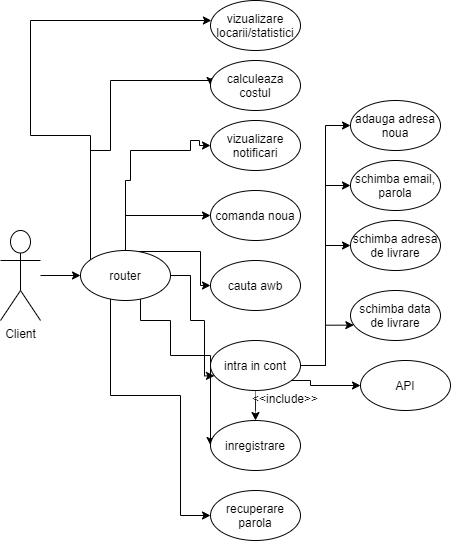
Before: Documentatie/Scholarly-html-PSS-report/ClientUseCaseDiagram_3.png, a diagram exported from draw.io (davidviziteu/parcel-shipping-simulator). Source tidied: cells renumbered, new cells last; positions are measured from the earlier drawing's top-left corner, leaving out a move shared by most shapes. Source of this version:
```xml
<mxGraphModel>
  <root>
    <mxCell id="0" />
    <mxCell id="1" parent="0" />
    <mxCell id="2" style="edgeStyle=orthogonalEdgeStyle;rounded=0;jettySize=auto;html=1;" parent="1" edge="1" source="3" target="12">
      <mxGeometry relative="1" as="geometry" />
    </mxCell>
    <mxCell id="3" value="Client" style="shape=umlActor;verticalLabelPosition=bottom;verticalAlign=top;html=1;outlineConnect=0;" parent="1" vertex="1">
      <mxGeometry y="230" width="40" height="90" as="geometry" />
    </mxCell>
    <mxCell id="4" style="edgeStyle=orthogonalEdgeStyle;rounded=0;jettySize=auto;html=1;entryX=0;entryY=0.5;entryDx=0;entryDy=0;" parent="1" edge="1" source="12" target="13">
      <mxGeometry relative="1" as="geometry">
        <Array as="points">
          <mxPoint x="200" y="251" />
        </Array>
      </mxGeometry>
    </mxCell>
    <mxCell id="5" style="edgeStyle=orthogonalEdgeStyle;rounded=0;jettySize=auto;html=1;entryX=0.044;entryY=0.707;entryDx=0;entryDy=0;entryPerimeter=0;" parent="1" edge="1" source="12" target="20">
      <mxGeometry relative="1" as="geometry">
        <Array as="points">
          <mxPoint x="190" y="275" />
          <mxPoint x="190" y="320" />
          <mxPoint x="204" y="320" />
        </Array>
      </mxGeometry>
    </mxCell>
    <mxCell id="6" style="edgeStyle=orthogonalEdgeStyle;rounded=0;jettySize=auto;html=1;entryX=0;entryY=0.5;entryDx=0;entryDy=0;" parent="1" edge="1" source="12" target="21">
      <mxGeometry relative="1" as="geometry">
        <Array as="points">
          <mxPoint x="140" y="320" />
          <mxPoint x="170" y="320" />
          <mxPoint x="170" y="355" />
        </Array>
      </mxGeometry>
    </mxCell>
    <mxCell id="7" style="edgeStyle=orthogonalEdgeStyle;rounded=0;jettySize=auto;html=1;entryX=0;entryY=0.5;entryDx=0;entryDy=0;" parent="1" edge="1" source="12" target="23">
      <mxGeometry relative="1" as="geometry">
        <Array as="points">
          <mxPoint x="125" y="215" />
        </Array>
      </mxGeometry>
    </mxCell>
    <mxCell id="8" style="edgeStyle=orthogonalEdgeStyle;rounded=0;jettySize=auto;html=1;entryX=0;entryY=0.5;entryDx=0;entryDy=0;" parent="1" edge="1" source="12" target="25">
      <mxGeometry relative="1" as="geometry">
        <Array as="points">
          <mxPoint x="90" y="150" />
          <mxPoint x="110" y="150" />
          <mxPoint x="110" y="80" />
          <mxPoint x="210" y="80" />
        </Array>
      </mxGeometry>
    </mxCell>
    <mxCell id="9" style="edgeStyle=orthogonalEdgeStyle;rounded=0;jettySize=auto;html=1;" parent="1" edge="1" source="12" target="31">
      <mxGeometry relative="1" as="geometry">
        <Array as="points">
          <mxPoint x="90" y="135" />
          <mxPoint x="30" y="135" />
          <mxPoint x="30" y="20" />
        </Array>
      </mxGeometry>
    </mxCell>
    <mxCell id="10" style="edgeStyle=orthogonalEdgeStyle;rounded=0;jettySize=auto;html=1;entryX=0;entryY=0.5;entryDx=0;entryDy=0;" parent="1" edge="1" source="12" target="24">
      <mxGeometry relative="1" as="geometry">
        <Array as="points">
          <mxPoint x="125" y="180" />
          <mxPoint x="130" y="180" />
          <mxPoint x="130" y="150" />
          <mxPoint x="190" y="150" />
          <mxPoint x="190" y="140" />
          <mxPoint x="199" y="140" />
          <mxPoint x="199" y="145" />
        </Array>
      </mxGeometry>
    </mxCell>
    <mxCell id="11" style="edgeStyle=orthogonalEdgeStyle;rounded=0;jettySize=auto;html=1;entryX=0;entryY=0.5;entryDx=0;entryDy=0;" parent="1" edge="1" source="12" target="32">
      <mxGeometry relative="1" as="geometry">
        <Array as="points">
          <mxPoint x="110" y="395" />
          <mxPoint x="180" y="395" />
          <mxPoint x="180" y="515" />
        </Array>
      </mxGeometry>
    </mxCell>
    <mxCell id="12" value="router" style="ellipse;whiteSpace=wrap;html=1;" parent="1" vertex="1">
      <mxGeometry x="80" y="250" width="90" height="50" as="geometry" />
    </mxCell>
    <mxCell id="13" value="cauta awb" style="ellipse;whiteSpace=wrap;html=1;" parent="1" vertex="1">
      <mxGeometry x="210" y="260" width="90" height="50" as="geometry" />
    </mxCell>
    <mxCell id="14" style="edgeStyle=orthogonalEdgeStyle;rounded=0;jettySize=auto;html=1;entryX=0.5;entryY=0;entryDx=0;entryDy=0;dashed=1;dashPattern=1 1;" parent="1" edge="1" source="20" target="21">
      <mxGeometry relative="1" as="geometry" />
    </mxCell>
    <mxCell id="15" style="edgeStyle=orthogonalEdgeStyle;rounded=0;jettySize=auto;html=1;entryX=0;entryY=0.5;entryDx=0;entryDy=0;" parent="1" edge="1" source="20" target="26">
      <mxGeometry relative="1" as="geometry" />
    </mxCell>
    <mxCell id="16" style="edgeStyle=orthogonalEdgeStyle;rounded=0;jettySize=auto;html=1;entryX=0.037;entryY=0.693;entryDx=0;entryDy=0;entryPerimeter=0;" parent="1" edge="1" source="20" target="27">
      <mxGeometry relative="1" as="geometry" />
    </mxCell>
    <mxCell id="17" style="edgeStyle=orthogonalEdgeStyle;rounded=0;jettySize=auto;html=1;entryX=0;entryY=0.5;entryDx=0;entryDy=0;" parent="1" edge="1" source="20" target="28">
      <mxGeometry relative="1" as="geometry" />
    </mxCell>
    <mxCell id="18" style="edgeStyle=orthogonalEdgeStyle;rounded=0;jettySize=auto;html=1;entryX=0;entryY=0.5;entryDx=0;entryDy=0;" parent="1" edge="1" source="20" target="29">
      <mxGeometry relative="1" as="geometry" />
    </mxCell>
    <mxCell id="19" style="edgeStyle=orthogonalEdgeStyle;rounded=0;jettySize=auto;html=1;entryX=0;entryY=0.5;entryDx=0;entryDy=0;" parent="1" edge="1" source="20" target="30">
      <mxGeometry relative="1" as="geometry">
        <Array as="points">
          <mxPoint x="310" y="380" />
          <mxPoint x="310" y="385" />
        </Array>
      </mxGeometry>
    </mxCell>
    <mxCell id="20" value="intra in cont" style="ellipse;whiteSpace=wrap;html=1;" parent="1" vertex="1">
      <mxGeometry x="210" y="340" width="90" height="50" as="geometry" />
    </mxCell>
    <mxCell id="21" value="inregistrare" style="ellipse;whiteSpace=wrap;html=1;" parent="1" vertex="1">
      <mxGeometry x="210" y="420" width="90" height="50" as="geometry" />
    </mxCell>
    <mxCell id="22" value="&amp;lt;&amp;lt;include&amp;gt;&amp;gt;" style="text;html=1;strokeColor=none;fillColor=none;align=center;verticalAlign=middle;whiteSpace=wrap;rounded=0;" parent="1" vertex="1">
      <mxGeometry x="270" y="395" width="30" height="5" as="geometry" />
    </mxCell>
    <mxCell id="23" value="comanda noua" style="ellipse;whiteSpace=wrap;html=1;" parent="1" vertex="1">
      <mxGeometry x="210" y="190" width="90" height="50" as="geometry" />
    </mxCell>
    <mxCell id="24" value="vizualizare notificari" style="ellipse;whiteSpace=wrap;html=1;" parent="1" vertex="1">
      <mxGeometry x="210" y="120" width="90" height="50" as="geometry" />
    </mxCell>
    <mxCell id="25" value="calculeaza costul" style="ellipse;whiteSpace=wrap;html=1;" parent="1" vertex="1">
      <mxGeometry x="210" y="60" width="90" height="50" as="geometry" />
    </mxCell>
    <mxCell id="26" value="schimba adresa de livrare" style="ellipse;whiteSpace=wrap;html=1;" parent="1" vertex="1">
      <mxGeometry x="350" y="220" width="90" height="50" as="geometry" />
    </mxCell>
    <mxCell id="27" value="schimba data de livrare" style="ellipse;whiteSpace=wrap;html=1;" parent="1" vertex="1">
      <mxGeometry x="350" y="290" width="90" height="50" as="geometry" />
    </mxCell>
    <mxCell id="28" value="schimba email, parola" style="ellipse;whiteSpace=wrap;html=1;" parent="1" vertex="1">
      <mxGeometry x="350" y="160" width="90" height="50" as="geometry" />
    </mxCell>
    <mxCell id="29" value="adauga adresa noua" style="ellipse;whiteSpace=wrap;html=1;" parent="1" vertex="1">
      <mxGeometry x="350" y="100" width="90" height="50" as="geometry" />
    </mxCell>
    <mxCell id="30" value="API" style="ellipse;whiteSpace=wrap;html=1;" parent="1" vertex="1">
      <mxGeometry x="360" y="360" width="90" height="50" as="geometry" />
    </mxCell>
    <mxCell id="31" value="vizualizare locarii/statistici" style="ellipse;whiteSpace=wrap;html=1;" parent="1" vertex="1">
      <mxGeometry x="210" width="90" height="50" as="geometry" />
    </mxCell>
    <mxCell id="32" value="recuperare parola" style="ellipse;whiteSpace=wrap;html=1;" parent="1" vertex="1">
      <mxGeometry x="210" y="490" width="90" height="50" as="geometry" />
    </mxCell>
  </root>
</mxGraphModel>
```
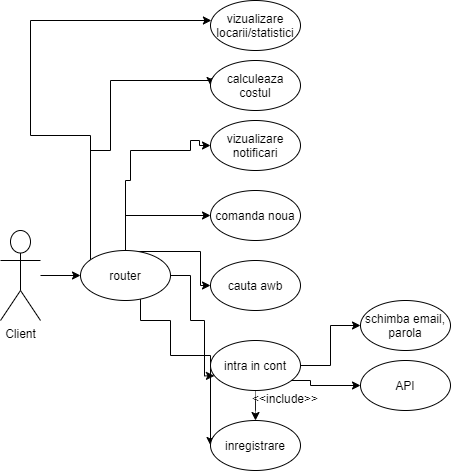
After the commit.

The edit, as a diff of the source:
```diff
@@ -72,15 +72,6 @@
         </Array>
       </mxGeometry>
     </mxCell>
-    <mxCell id="11" style="edgeStyle=orthogonalEdgeStyle;rounded=0;jettySize=auto;html=1;entryX=0;entryY=0.5;entryDx=0;entryDy=0;" parent="1" edge="1" source="12" target="32">
-      <mxGeometry relative="1" as="geometry">
-        <Array as="points">
-          <mxPoint x="110" y="395" />
-          <mxPoint x="180" y="395" />
-          <mxPoint x="180" y="515" />
-        </Array>
-      </mxGeometry>
-    </mxCell>
     <mxCell id="12" value="router" style="ellipse;whiteSpace=wrap;html=1;" parent="1" vertex="1">
       <mxGeometry x="80" y="250" width="90" height="50" as="geometry" />
     </mxCell>
@@ -90,18 +81,9 @@
     <mxCell id="14" style="edgeStyle=orthogonalEdgeStyle;rounded=0;jettySize=auto;html=1;entryX=0.5;entryY=0;entryDx=0;entryDy=0;dashed=1;dashPattern=1 1;" parent="1" edge="1" source="20" target="21">
       <mxGeometry relative="1" as="geometry" />
     </mxCell>
-    <mxCell id="15" style="edgeStyle=orthogonalEdgeStyle;rounded=0;jettySize=auto;html=1;entryX=0;entryY=0.5;entryDx=0;entryDy=0;" parent="1" edge="1" source="20" target="26">
-      <mxGeometry relative="1" as="geometry" />
-    </mxCell>
-    <mxCell id="16" style="edgeStyle=orthogonalEdgeStyle;rounded=0;jettySize=auto;html=1;entryX=0.037;entryY=0.693;entryDx=0;entryDy=0;entryPerimeter=0;" parent="1" edge="1" source="20" target="27">
-      <mxGeometry relative="1" as="geometry" />
-    </mxCell>
     <mxCell id="17" style="edgeStyle=orthogonalEdgeStyle;rounded=0;jettySize=auto;html=1;entryX=0;entryY=0.5;entryDx=0;entryDy=0;" parent="1" edge="1" source="20" target="28">
       <mxGeometry relative="1" as="geometry" />
     </mxCell>
-    <mxCell id="18" style="edgeStyle=orthogonalEdgeStyle;rounded=0;jettySize=auto;html=1;entryX=0;entryY=0.5;entryDx=0;entryDy=0;" parent="1" edge="1" source="20" target="29">
-      <mxGeometry relative="1" as="geometry" />
-    </mxCell>
     <mxCell id="19" style="edgeStyle=orthogonalEdgeStyle;rounded=0;jettySize=auto;html=1;entryX=0;entryY=0.5;entryDx=0;entryDy=0;" parent="1" edge="1" source="20" target="30">
       <mxGeometry relative="1" as="geometry">
         <Array as="points">
@@ -128,26 +110,14 @@
     <mxCell id="25" value="calculeaza costul" style="ellipse;whiteSpace=wrap;html=1;" parent="1" vertex="1">
       <mxGeometry x="210" y="60" width="90" height="50" as="geometry" />
     </mxCell>
-    <mxCell id="26" value="schimba adresa de livrare" style="ellipse;whiteSpace=wrap;html=1;" parent="1" vertex="1">
-      <mxGeometry x="350" y="220" width="90" height="50" as="geometry" />
-    </mxCell>
-    <mxCell id="27" value="schimba data de livrare" style="ellipse;whiteSpace=wrap;html=1;" parent="1" vertex="1">
-      <mxGeometry x="350" y="290" width="90" height="50" as="geometry" />
-    </mxCell>
     <mxCell id="28" value="schimba email, parola" style="ellipse;whiteSpace=wrap;html=1;" parent="1" vertex="1">
-      <mxGeometry x="350" y="160" width="90" height="50" as="geometry" />
+      <mxGeometry x="360" y="300" width="90" height="50" as="geometry" />
     </mxCell>
-    <mxCell id="29" value="adauga adresa noua" style="ellipse;whiteSpace=wrap;html=1;" parent="1" vertex="1">
-      <mxGeometry x="350" y="100" width="90" height="50" as="geometry" />
-    </mxCell>
     <mxCell id="30" value="API" style="ellipse;whiteSpace=wrap;html=1;" parent="1" vertex="1">
       <mxGeometry x="360" y="360" width="90" height="50" as="geometry" />
     </mxCell>
     <mxCell id="31" value="vizualizare locarii/statistici" style="ellipse;whiteSpace=wrap;html=1;" parent="1" vertex="1">
       <mxGeometry x="210" width="90" height="50" as="geometry" />
     </mxCell>
-    <mxCell id="32" value="recuperare parola" style="ellipse;whiteSpace=wrap;html=1;" parent="1" vertex="1">
-      <mxGeometry x="210" y="490" width="90" height="50" as="geometry" />
-    </mxCell>
   </root>
 </mxGraphModel>
```
